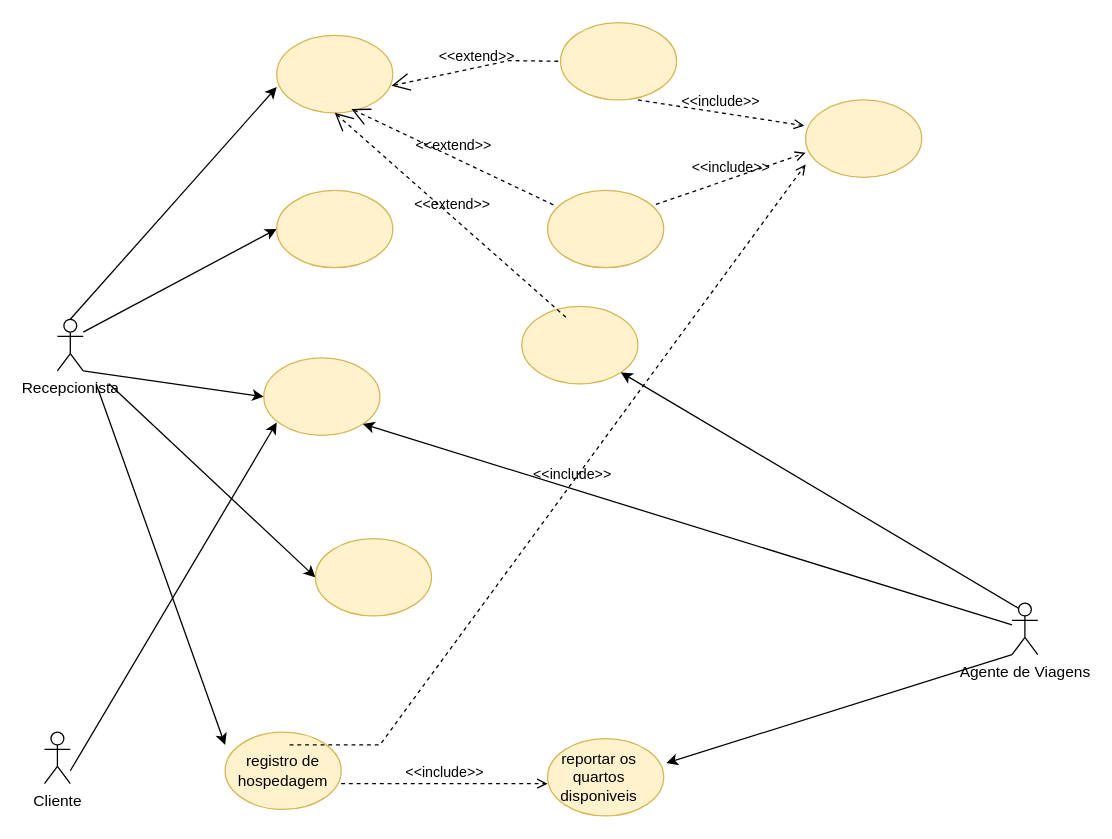
This is page "Página-4" (4 of 4) of diagramaaula.drawio from maqueto/diagramaderequisitos, a draw.io file, before an edit. Source tidied: cells renumbered, new cells numbered last; positions are measured from the earlier drawing's top-left corner, leaving out a move shared by most shapes. Both pictures are drawn from the tidied source at 129%, with x=0, y=0 at pixel (44, 22).
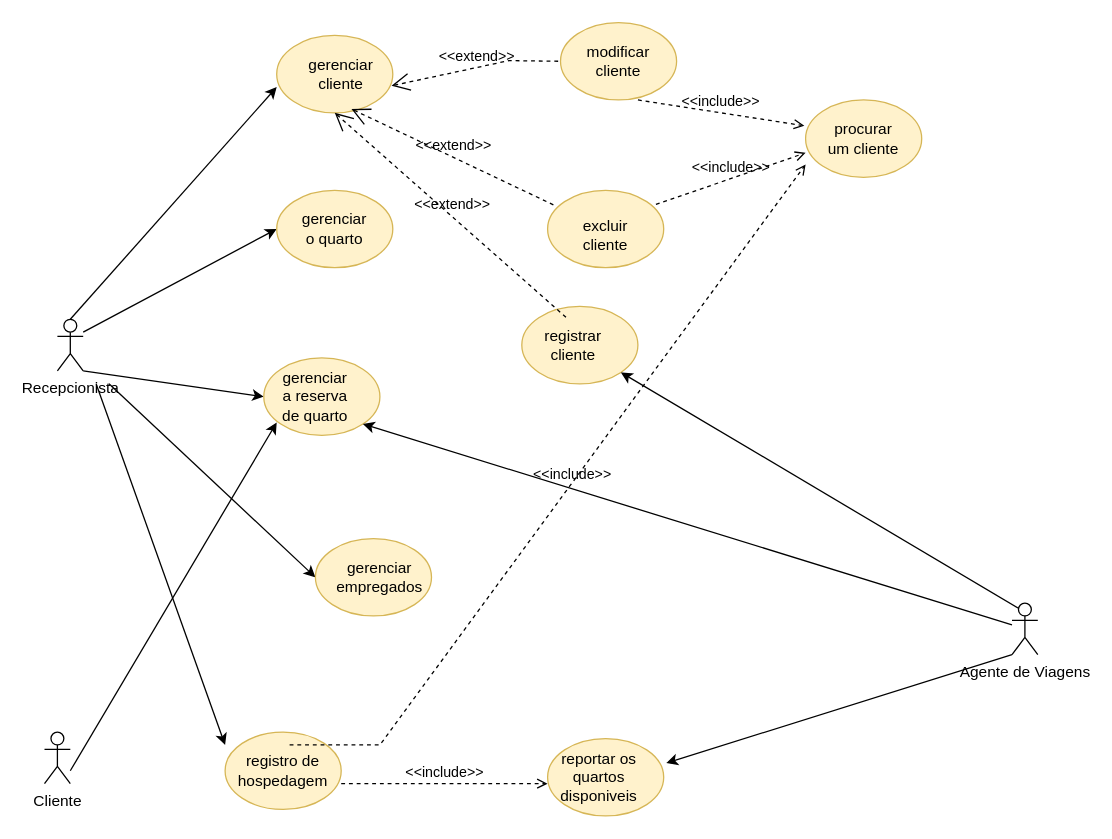
Above is the later version.

The edit, as a diff of the source:
```diff
@@
+    <mxCell id="33" value="modificar cliente" style="text;html=1;align=center;verticalAlign=middle;whiteSpace=wrap;rounded=0;" parent="1" vertex="1">
+      <mxGeometry x="415" y="15" width="60" height="30" as="geometry" />
+    </mxCell>
+    <mxCell id="34" value="procurar um cliente" style="text;html=1;align=center;verticalAlign=middle;whiteSpace=wrap;rounded=0;" parent="1" vertex="1">
+      <mxGeometry x="605" y="75" width="60" height="30" as="geometry" />
+    </mxCell>
+    <mxCell id="35" value="excluir cliente" style="text;html=1;align=center;verticalAlign=middle;whiteSpace=wrap;rounded=0;" parent="1" vertex="1">
+      <mxGeometry x="405" y="150" width="60" height="30" as="geometry" />
+    </mxCell>
+    <mxCell id="36" value="registrar cliente" style="text;html=1;align=center;verticalAlign=middle;whiteSpace=wrap;rounded=0;" parent="1" vertex="1">
+      <mxGeometry x="380" y="235" width="60" height="30" as="geometry" />
+    </mxCell>
+    <mxCell id="37" value="gerenciar cliente" style="text;html=1;align=center;verticalAlign=middle;whiteSpace=wrap;rounded=0;" parent="1" vertex="1">
+      <mxGeometry x="200" y="25" width="60" height="30" as="geometry" />
+    </mxCell>
+    <mxCell id="38" value="gerenciar o quarto" style="text;html=1;align=center;verticalAlign=middle;whiteSpace=wrap;rounded=0;" parent="1" vertex="1">
+      <mxGeometry x="195" y="145" width="60" height="30" as="geometry" />
+    </mxCell>
+    <mxCell id="39" value="gerenciar a reserva de quarto" style="text;html=1;align=center;verticalAlign=middle;whiteSpace=wrap;rounded=0;" parent="1" vertex="1">
+      <mxGeometry x="180" y="275" width="60" height="30" as="geometry" />
+    </mxCell>
+    <mxCell id="40" value="gerenciar empregados" style="text;html=1;align=center;verticalAlign=middle;whiteSpace=wrap;rounded=0;" parent="1" vertex="1">
+      <mxGeometry x="230" y="415" width="60" height="30" as="geometry" />
+    </mxCell>
```
